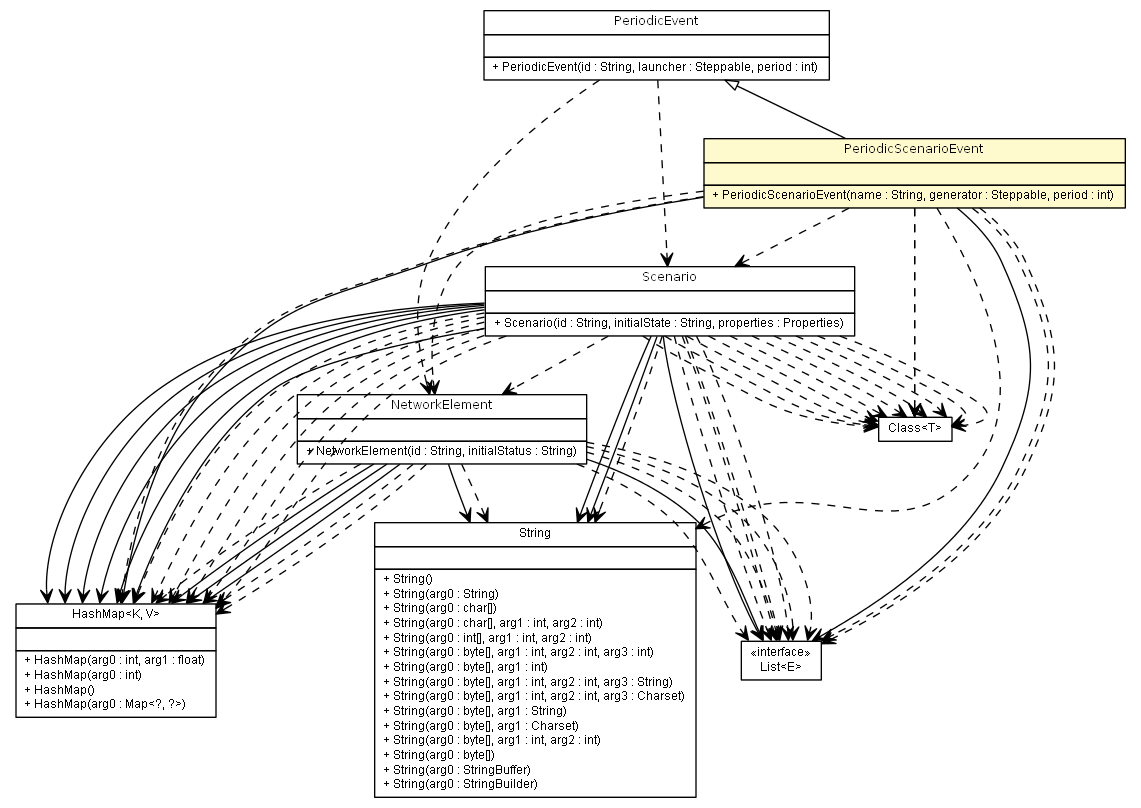
gsi-upm/Shanks keeps this Graphviz diagram as apidocs/es/upm/dit/gsi/shanks/model/event/scenario/PeriodicScenarioEvent.png. Above is the earlier version. Its source is kept beside it as apidocs/es/upm/dit/gsi/shanks/model/event/scenario/PeriodicScenarioEvent.dot.
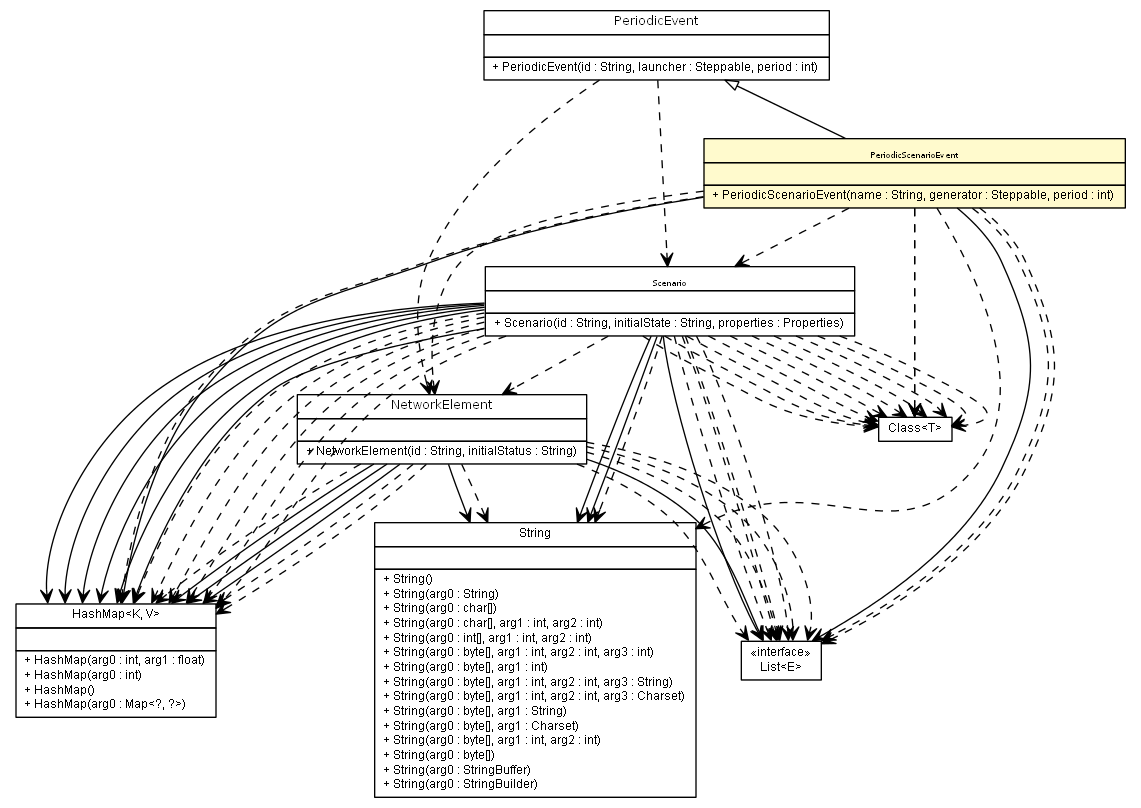
After the change.

The edit, as a diff of the source:
```diff
@@ -65,46 +65,46 @@
 	c6286:p -> c6313:p [taillabel="", label="", headlabel="", fontname="arial", fontcolor="black", fontsize=10.0, color="black", arrowhead=open];
 	c6286:p -> c6313:p [taillabel="", label="", headlabel="", fontname="arial", fontcolor="black", fontsize=10.0, color="black", arrowhead=open];
 	c6286:p -> c6313:p [taillabel="", label="", headlabel="", fontname="arial", fontcolor="black", fontsize=10.0, color="black", arrowhead=open];
-	c6269:p -> c6312:p [taillabel="", label="", headlabel="", fontname="arial", fontcolor="black", fontsize=10.0, color="black", arrowhead=open, style=dashed];
-	c6269:p -> c6314:p [taillabel="", label="", headlabel="", fontname="arial", fontcolor="black", fontsize=10.0, color="black", arrowhead=open, style=dashed];
-	c6269:p -> c6313:p [taillabel="", label="", headlabel="", fontname="arial", fontcolor="black", fontsize=10.0, color="black", arrowhead=open, style=dashed];
 	c6269:p -> c6314:p [taillabel="", label="", headlabel="", fontname="arial", fontcolor="black", fontsize=10.0, color="black", arrowhead=open, style=dashed];
 	c6269:p -> c6314:p [taillabel="", label="", headlabel="", fontname="arial", fontcolor="black", fontsize=10.0, color="black", arrowhead=open, style=dashed];
 	c6269:p -> c6313:p [taillabel="", label="", headlabel="", fontname="arial", fontcolor="black", fontsize=10.0, color="black", arrowhead=open, style=dashed];
 	c6269:p -> c6313:p [taillabel="", label="", headlabel="", fontname="arial", fontcolor="black", fontsize=10.0, color="black", arrowhead=open, style=dashed];
+	c6269:p -> c6313:p [taillabel="", label="", headlabel="", fontname="arial", fontcolor="black", fontsize=10.0, color="black", arrowhead=open, style=dashed];
+	c6269:p -> c6312:p [taillabel="", label="", headlabel="", fontname="arial", fontcolor="black", fontsize=10.0, color="black", arrowhead=open, style=dashed];
+	c6269:p -> c6314:p [taillabel="", label="", headlabel="", fontname="arial", fontcolor="black", fontsize=10.0, color="black", arrowhead=open, style=dashed];
 	c6269:p -> c6314:p [taillabel="", label="", headlabel="", fontname="arial", fontcolor="black", fontsize=10.0, color="black", arrowhead=open, style=dashed];
 	c6272:p -> c6286:p [taillabel="", label="", headlabel="", fontname="arial", fontcolor="black", fontsize=10.0, color="black", arrowhead=open, style=dashed];
 	c6272:p -> c6269:p [taillabel="", label="", headlabel="", fontname="arial", fontcolor="black", fontsize=10.0, color="black", arrowhead=open, style=dashed];
+	c6285:p -> c6315:p [taillabel="", label="", headlabel="", fontname="arial", fontcolor="black", fontsize=10.0, color="black", arrowhead=open, style=dashed];
+	c6285:p -> c6315:p [taillabel="", label="", headlabel="", fontname="arial", fontcolor="black", fontsize=10.0, color="black", arrowhead=open, style=dashed];
 	c6285:p -> c6312:p [taillabel="", label="", headlabel="", fontname="arial", fontcolor="black", fontsize=10.0, color="black", arrowhead=open, style=dashed];
+	c6285:p -> c6313:p [taillabel="", label="", headlabel="", fontname="arial", fontcolor="black", fontsize=10.0, color="black", arrowhead=open, style=dashed];
 	c6285:p -> c6314:p [taillabel="", label="", headlabel="", fontname="arial", fontcolor="black", fontsize=10.0, color="black", arrowhead=open, style=dashed];
 	c6285:p -> c6286:p [taillabel="", label="", headlabel="", fontname="arial", fontcolor="black", fontsize=10.0, color="black", arrowhead=open, style=dashed];
 	c6285:p -> c6314:p [taillabel="", label="", headlabel="", fontname="arial", fontcolor="black", fontsize=10.0, color="black", arrowhead=open, style=dashed];
 	c6285:p -> c6269:p [taillabel="", label="", headlabel="", fontname="arial", fontcolor="black", fontsize=10.0, color="black", arrowhead=open, style=dashed];
-	c6285:p -> c6313:p [taillabel="", label="", headlabel="", fontname="arial", fontcolor="black", fontsize=10.0, color="black", arrowhead=open, style=dashed];
-	c6285:p -> c6315:p [taillabel="", label="", headlabel="", fontname="arial", fontcolor="black", fontsize=10.0, color="black", arrowhead=open, style=dashed];
-	c6285:p -> c6315:p [taillabel="", label="", headlabel="", fontname="arial", fontcolor="black", fontsize=10.0, color="black", arrowhead=open, style=dashed];
 	c6286:p -> c6313:p [taillabel="", label="", headlabel="", fontname="arial", fontcolor="black", fontsize=10.0, color="black", arrowhead=open, style=dashed];
-	c6286:p -> c6313:p [taillabel="", label="", headlabel="", fontname="arial", fontcolor="black", fontsize=10.0, color="black", arrowhead=open, style=dashed];
-	c6286:p -> c6315:p [taillabel="", label="", headlabel="", fontname="arial", fontcolor="black", fontsize=10.0, color="black", arrowhead=open, style=dashed];
-	c6286:p -> c6315:p [taillabel="", label="", headlabel="", fontname="arial", fontcolor="black", fontsize=10.0, color="black", arrowhead=open, style=dashed];
-	c6286:p -> c6315:p [taillabel="", label="", headlabel="", fontname="arial", fontcolor="black", fontsize=10.0, color="black", arrowhead=open, style=dashed];
-	c6286:p -> c6314:p [taillabel="", label="", headlabel="", fontname="arial", fontcolor="black", fontsize=10.0, color="black", arrowhead=open, style=dashed];
-	c6286:p -> c6313:p [taillabel="", label="", headlabel="", fontname="arial", fontcolor="black", fontsize=10.0, color="black", arrowhead=open, style=dashed];
-	c6286:p -> c6312:p [taillabel="", label="", headlabel="", fontname="arial", fontcolor="black", fontsize=10.0, color="black", arrowhead=open, style=dashed];
 	c6286:p -> c6314:p [taillabel="", label="", headlabel="", fontname="arial", fontcolor="black", fontsize=10.0, color="black", arrowhead=open, style=dashed];
 	c6286:p -> c6315:p [taillabel="", label="", headlabel="", fontname="arial", fontcolor="black", fontsize=10.0, color="black", arrowhead=open, style=dashed];
 	c6286:p -> c6315:p [taillabel="", label="", headlabel="", fontname="arial", fontcolor="black", fontsize=10.0, color="black", arrowhead=open, style=dashed];
 	c6286:p -> c6313:p [taillabel="", label="", headlabel="", fontname="arial", fontcolor="black", fontsize=10.0, color="black", arrowhead=open, style=dashed];
+	c6286:p -> c6314:p [taillabel="", label="", headlabel="", fontname="arial", fontcolor="black", fontsize=10.0, color="black", arrowhead=open, style=dashed];
+	c6286:p -> c6313:p [taillabel="", label="", headlabel="", fontname="arial", fontcolor="black", fontsize=10.0, color="black", arrowhead=open, style=dashed];
+	c6286:p -> c6315:p [taillabel="", label="", headlabel="", fontname="arial", fontcolor="black", fontsize=10.0, color="black", arrowhead=open, style=dashed];
+	c6286:p -> c6313:p [taillabel="", label="", headlabel="", fontname="arial", fontcolor="black", fontsize=10.0, color="black", arrowhead=open, style=dashed];
+	c6286:p -> c6315:p [taillabel="", label="", headlabel="", fontname="arial", fontcolor="black", fontsize=10.0, color="black", arrowhead=open, style=dashed];
+	c6286:p -> c6313:p [taillabel="", label="", headlabel="", fontname="arial", fontcolor="black", fontsize=10.0, color="black", arrowhead=open, style=dashed];
+	c6286:p -> c6315:p [taillabel="", label="", headlabel="", fontname="arial", fontcolor="black", fontsize=10.0, color="black", arrowhead=open, style=dashed];
+	c6286:p -> c6313:p [taillabel="", label="", headlabel="", fontname="arial", fontcolor="black", fontsize=10.0, color="black", arrowhead=open, style=dashed];
 	c6286:p -> c6315:p [taillabel="", label="", headlabel="", fontname="arial", fontcolor="black", fontsize=10.0, color="black", arrowhead=open, style=dashed];
 	c6286:p -> c6315:p [taillabel="", label="", headlabel="", fontname="arial", fontcolor="black", fontsize=10.0, color="black", arrowhead=open, style=dashed];
+	c6286:p -> c6314:p [taillabel="", label="", headlabel="", fontname="arial", fontcolor="black", fontsize=10.0, color="black", arrowhead=open, style=dashed];
 	c6286:p -> c6315:p [taillabel="", label="", headlabel="", fontname="arial", fontcolor="black", fontsize=10.0, color="black", arrowhead=open, style=dashed];
+	c6286:p -> c6312:p [taillabel="", label="", headlabel="", fontname="arial", fontcolor="black", fontsize=10.0, color="black", arrowhead=open, style=dashed];
 	c6286:p -> c6315:p [taillabel="", label="", headlabel="", fontname="arial", fontcolor="black", fontsize=10.0, color="black", arrowhead=open, style=dashed];
+	c6286:p -> c6314:p [taillabel="", label="", headlabel="", fontname="arial", fontcolor="black", fontsize=10.0, color="black", arrowhead=open, style=dashed];
+	c6286:p -> c6269:p [taillabel="", label="", headlabel="", fontname="arial", fontcolor="black", fontsize=10.0, color="black", arrowhead=open, style=dashed];
 	c6286:p -> c6315:p [taillabel="", label="", headlabel="", fontname="arial", fontcolor="black", fontsize=10.0, color="black", arrowhead=open, style=dashed];
-	c6286:p -> c6313:p [taillabel="", label="", headlabel="", fontname="arial", fontcolor="black", fontsize=10.0, color="black", arrowhead=open, style=dashed];
-	c6286:p -> c6269:p [taillabel="", label="", headlabel="", fontname="arial", fontcolor="black", fontsize=10.0, color="black", arrowhead=open, style=dashed];
-	c6286:p -> c6314:p [taillabel="", label="", headlabel="", fontname="arial", fontcolor="black", fontsize=10.0, color="black", arrowhead=open, style=dashed];
-	c6286:p -> c6313:p [taillabel="", label="", headlabel="", fontname="arial", fontcolor="black", fontsize=10.0, color="black", arrowhead=open, style=dashed];
-	c6286:p -> c6314:p [taillabel="", label="", headlabel="", fontname="arial", fontcolor="black", fontsize=10.0, color="black", arrowhead=open, style=dashed];
 	c6315 [label=<<table title="java.lang.Class" border="0" cellborder="1" cellspacing="0" cellpadding="2" port="p" href="http://java.sun.com/j2se/1.4.2/docs/api/java/lang/Class.html">
 		<tr><td><table border="0" cellspacing="0" cellpadding="1">
 <tr><td align="center" balign="center"> Class&lt;T&gt; </td></tr>
```
